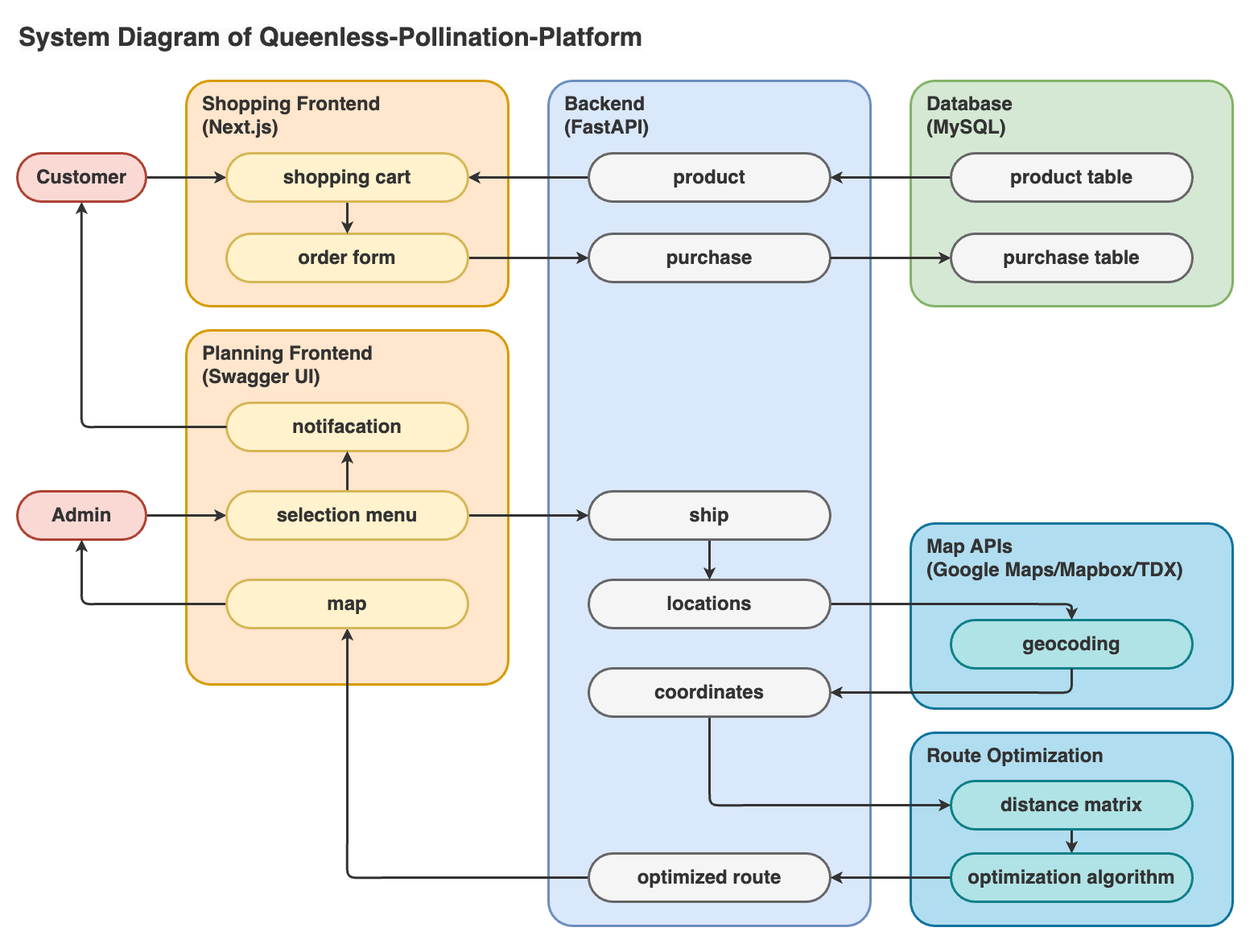
The draw.io diagram system-diagram.drawio.png in andrewchiull/Queenless-Pollination-Platform, before a commit. Source tidied: cells renumbered, new cells last; positions are measured from the earlier drawing's top-left corner, leaving out a move shared by most shapes.
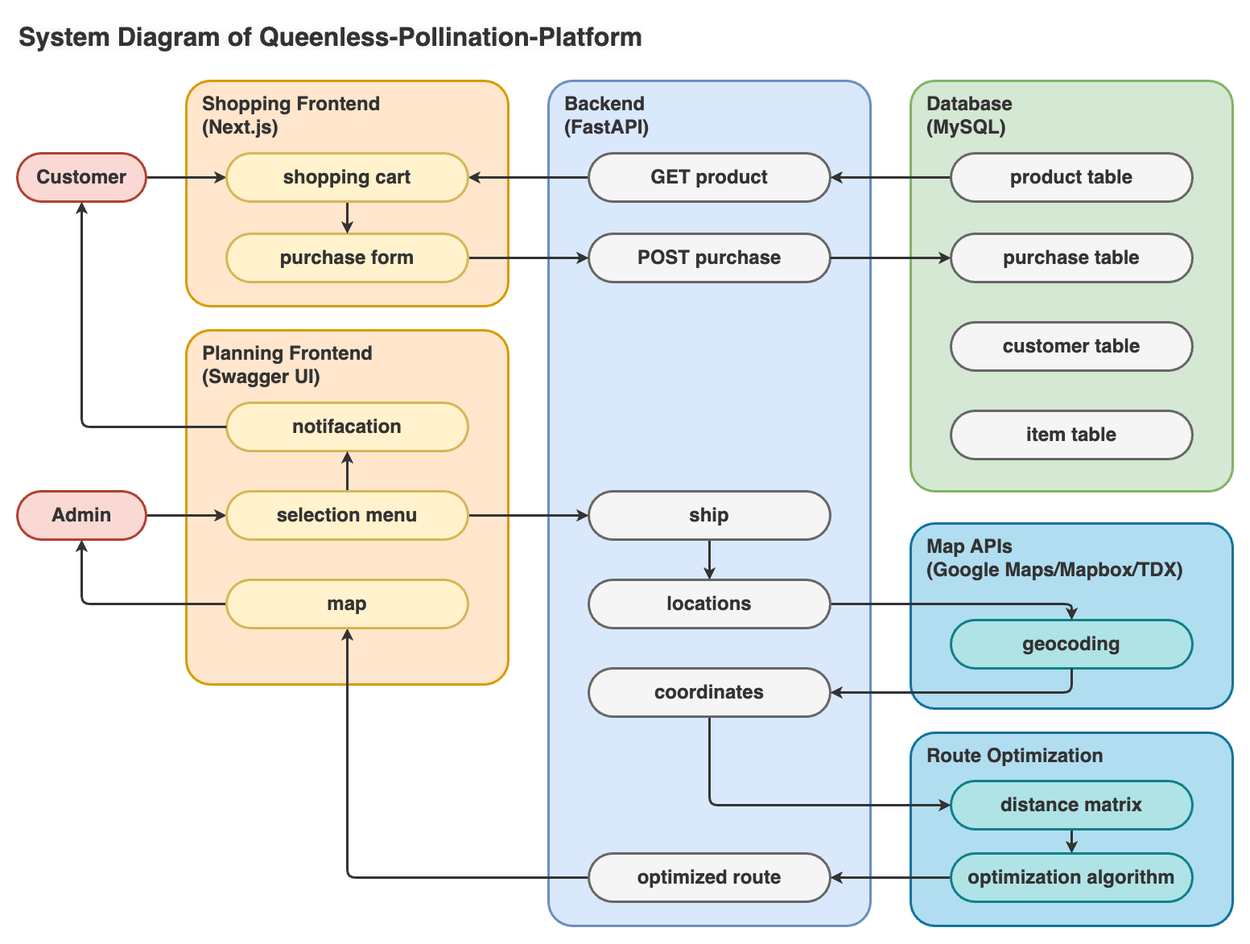
The same diagram one commit later.

The edit, as a diff of the source:
```diff
@@ -39,15 +39,15 @@
       <mxGeometry width="830" height="50" as="geometry" />
     </mxCell>
     <mxCell id="12" value="Database&lt;br&gt;&lt;font&gt;(MySQL)&lt;/font&gt;" style="rounded=1;whiteSpace=wrap;html=1;fontFamily=Helvetica;fontSize=24;align=left;strokeColor=#82b366;strokeWidth=3;fillColor=#d5e8d4;fontStyle=1;spacing=0;verticalAlign=top;spacingTop=10;spacingLeft=20;arcSize=60;absoluteArcSize=1;fontColor=#333333;" parent="1" vertex="1">
-      <mxGeometry x="1110" y="80" width="400" height="280" as="geometry" />
+      <mxGeometry x="1110" y="80" width="400" height="510" as="geometry" />
     </mxCell>
-    <mxCell id="13" value="purchase" style="rounded=1;whiteSpace=wrap;html=1;fontSize=24;strokeWidth=3;fontStyle=1;spacing=0;spacingTop=0;spacingLeft=0;fillColor=#f5f5f5;strokeColor=#666666;fontColor=#333333;arcSize=60;absoluteArcSize=1;fontFamily=Helvetica;" parent="1" vertex="1">
+    <mxCell id="13" value="POST purchase" style="rounded=1;whiteSpace=wrap;html=1;fontSize=24;strokeWidth=3;fontStyle=1;spacing=0;spacingTop=0;spacingLeft=0;fillColor=#f5f5f5;strokeColor=#666666;fontColor=#333333;arcSize=60;absoluteArcSize=1;fontFamily=Helvetica;" parent="1" vertex="1">
       <mxGeometry x="710" y="270" width="300" height="60" as="geometry" />
     </mxCell>
     <mxCell id="14" style="edgeStyle=orthogonalEdgeStyle;html=1;exitX=0;exitY=0.5;exitDx=0;exitDy=0;strokeWidth=3;fontColor=#333333;strokeColor=#333333;fontFamily=Helvetica;" parent="1" edge="1" source="15" target="23">
       <mxGeometry relative="1" as="geometry" />
     </mxCell>
-    <mxCell id="15" value="product" style="rounded=1;whiteSpace=wrap;html=1;fontSize=24;fillColor=#f5f5f5;strokeColor=#666666;strokeWidth=3;fontStyle=1;spacing=0;spacingTop=0;spacingLeft=0;fontColor=#333333;arcSize=60;absoluteArcSize=1;fontFamily=Helvetica;" parent="1" vertex="1">
+    <mxCell id="15" value="GET product" style="rounded=1;whiteSpace=wrap;html=1;fontSize=24;fillColor=#f5f5f5;strokeColor=#666666;strokeWidth=3;fontStyle=1;spacing=0;spacingTop=0;spacingLeft=0;fontColor=#333333;arcSize=60;absoluteArcSize=1;fontFamily=Helvetica;" parent="1" vertex="1">
       <mxGeometry x="710" y="170" width="300" height="60" as="geometry" />
     </mxCell>
     <mxCell id="16" style="edgeStyle=orthogonalEdgeStyle;html=1;exitX=1;exitY=0.5;exitDx=0;exitDy=0;entryX=0;entryY=0.5;entryDx=0;entryDy=0;fontColor=#333333;strokeWidth=3;strokeColor=#333333;fontFamily=Helvetica;" parent="1" edge="1" source="17" target="23">
@@ -65,7 +65,7 @@
     <mxCell id="20" style="edgeStyle=orthogonalEdgeStyle;html=1;exitX=1;exitY=0.5;exitDx=0;exitDy=0;entryX=0;entryY=0.5;entryDx=0;entryDy=0;strokeWidth=3;fontColor=#333333;strokeColor=#333333;fontFamily=Helvetica;" parent="1" edge="1" source="21" target="13">
       <mxGeometry relative="1" as="geometry" />
     </mxCell>
-    <mxCell id="21" value="&lt;span style=&quot;&quot;&gt;order form&lt;/span&gt;" style="rounded=1;whiteSpace=wrap;html=1;fontSize=24;fillColor=#fff2cc;strokeColor=#d6b656;strokeWidth=3;fontStyle=1;spacing=0;spacingTop=0;spacingLeft=0;arcSize=60;absoluteArcSize=1;fontColor=#333333;fontFamily=Helvetica;" parent="1" vertex="1">
+    <mxCell id="21" value="&lt;span style=&quot;&quot;&gt;purchase form&lt;/span&gt;" style="rounded=1;whiteSpace=wrap;html=1;fontSize=24;fillColor=#fff2cc;strokeColor=#d6b656;strokeWidth=3;fontStyle=1;spacing=0;spacingTop=0;spacingLeft=0;arcSize=60;absoluteArcSize=1;fontColor=#333333;fontFamily=Helvetica;" parent="1" vertex="1">
       <mxGeometry x="260" y="270" width="300" height="60" as="geometry" />
     </mxCell>
     <mxCell id="22" style="edgeStyle=orthogonalEdgeStyle;shape=connector;rounded=1;html=1;exitX=0.5;exitY=1;exitDx=0;exitDy=0;entryX=0.5;entryY=0;entryDx=0;entryDy=0;labelBackgroundColor=default;strokeColor=#333333;strokeWidth=3;fontFamily=Helvetica;fontSize=11;fontColor=#333333;endArrow=classic;" parent="1" edge="1" source="23" target="21">
@@ -145,5 +145,11 @@
     <mxCell id="46" style="edgeStyle=orthogonalEdgeStyle;html=1;exitX=0.5;exitY=1;exitDx=0;exitDy=0;entryX=1;entryY=0.5;entryDx=0;entryDy=0;strokeWidth=3;fontColor=#333333;strokeColor=#333333;fontFamily=Helvetica;" parent="1" edge="1" source="4" target="27">
       <mxGeometry relative="1" as="geometry" />
     </mxCell>
+    <mxCell id="47" value="customer table" style="rounded=1;whiteSpace=wrap;html=1;fontSize=24;strokeWidth=3;fontStyle=1;spacing=0;spacingTop=0;spacingLeft=0;fillColor=#f5f5f5;strokeColor=#666666;fontColor=#333333;arcSize=60;absoluteArcSize=1;fontFamily=Helvetica;" parent="1" vertex="1">
+      <mxGeometry x="1160" y="380" width="300" height="60" as="geometry" />
+    </mxCell>
+    <mxCell id="48" value="item table" style="rounded=1;whiteSpace=wrap;html=1;fontSize=24;strokeWidth=3;fontStyle=1;spacing=0;spacingTop=0;spacingLeft=0;fillColor=#f5f5f5;strokeColor=#666666;fontColor=#333333;arcSize=60;absoluteArcSize=1;fontFamily=Helvetica;" parent="1" vertex="1">
+      <mxGeometry x="1160" y="490" width="300" height="60" as="geometry" />
+    </mxCell>
   </root>
 </mxGraphModel>
```
